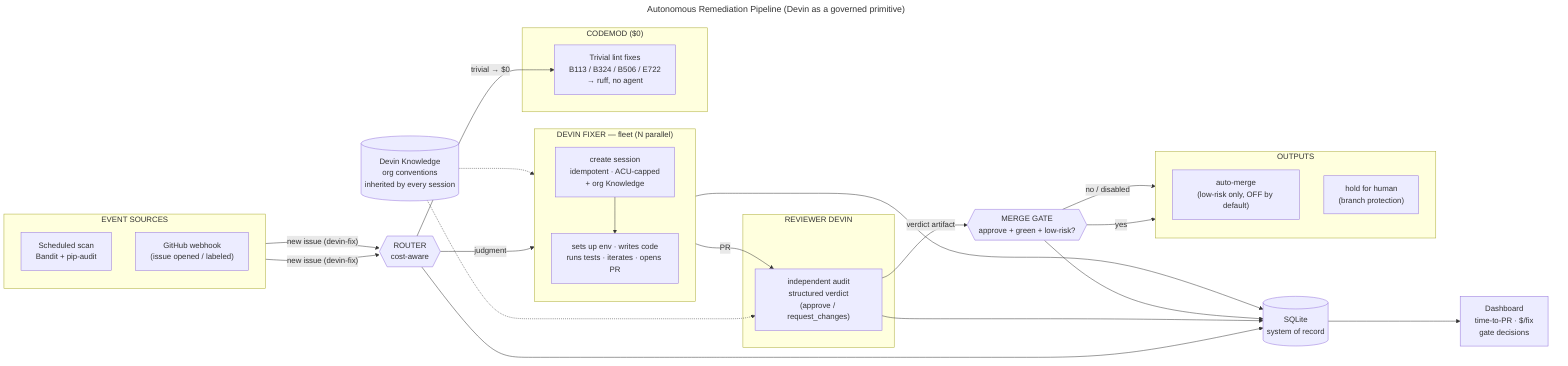
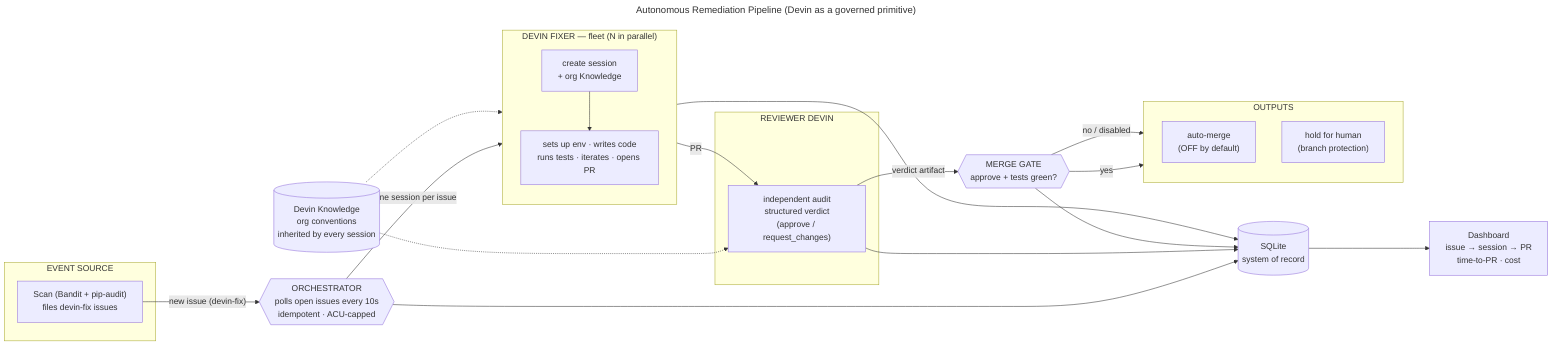
---
title: Autonomous Remediation Pipeline (Devin as a governed primitive)
---
flowchart LR
-     subgraph SRC["EVENT SOURCES"]
-         direction TB
-         S1["Scheduled scan<br/>Bandit + pip-audit"]
-         S2["GitHub webhook<br/>(issue opened / labeled)"]
+     subgraph SRC["EVENT SOURCE"]
+         S1["Scan (Bandit + pip-audit)<br/>files devin-fix issues"]
    end

-     R{{"ROUTER<br/>cost-aware"}}
+     O{{"ORCHESTRATOR<br/>polls open issues every 10s<br/>idempotent · ACU-capped"}}

-     subgraph CM["CODEMOD ($0)"]
-         C1["Trivial lint fixes<br/>B113 / B324 / B506 / E722<br/>→ ruff, no agent"]
-     end
- 
-     subgraph FX["DEVIN FIXER — fleet (N parallel)"]
+     subgraph FX["DEVIN FIXER — fleet (N in parallel)"]
        direction TB
-         F1["create session<br/>idempotent · ACU-capped<br/>+ org Knowledge"]
+         F1["create session<br/>+ org Knowledge"]
        F2["sets up env · writes code<br/>runs tests · iterates · opens PR"]
        F1 --> F2
    end

    subgraph RV["REVIEWER DEVIN"]
        V1["independent audit<br/>structured verdict<br/>(approve / request_changes)"]
    end

-     G{{"MERGE GATE<br/>approve + green + low-risk?"}}
+     G{{"MERGE GATE<br/>approve + tests green?"}}

    subgraph OUT["OUTPUTS"]
        direction TB
-         O1["auto-merge<br/>(low-risk only, OFF by default)"]
+         O1["auto-merge<br/>(OFF by default)"]
        O2["hold for human<br/>(branch protection)"]
    end

    K[("Devin Knowledge<br/>org conventions<br/>inherited by every session")]
    DB[("SQLite<br/>system of record")]
-     DASH["Dashboard<br/>time-to-PR · $/fix<br/>gate decisions"]
+     DASH["Dashboard<br/>issue → session → PR<br/>time-to-PR · cost"]

-     S1 & S2 -->|"new issue (devin-fix)"| R
-     R -->|"trivial → $0"| C1
-     R -->|"judgment"| F1
+     S1 -->|"new issue (devin-fix)"| O
+     O -->|"one session per issue"| F1
    K -.-> F1
    K -.-> V1
    F2 -->|"PR"| V1
    V1 -->|"verdict artifact"| G
    G -->|"yes"| O1
    G -->|"no / disabled"| O2
-     R --> DB
+     O --> DB
    F2 --> DB
    V1 --> DB
    G --> DB
    DB --> DASH
